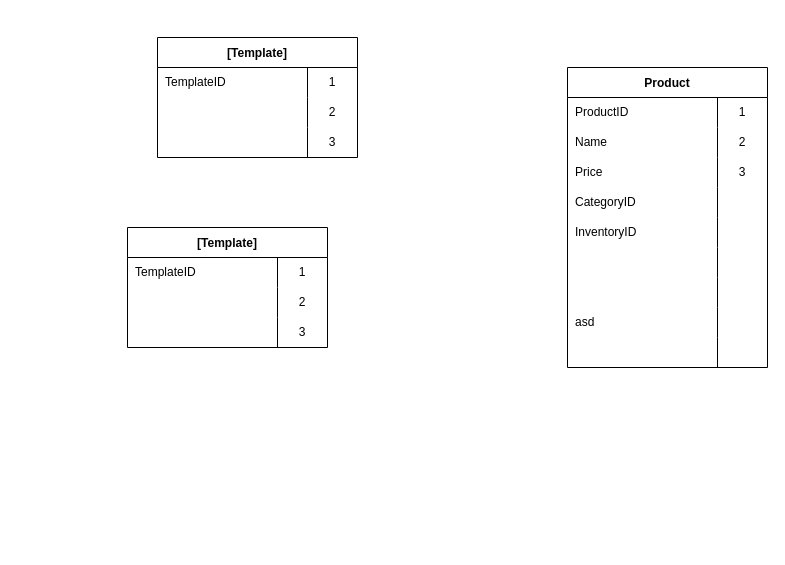
The draw.io diagram Database-Flowchart/Untitled Diagram.drawio in IvanVelychko/Database-Coderclass-Webwinkel, before the edit. Source tidied: cells renumbered, new cells numbered last; positions are measured from the earlier drawing's top-left corner, leaving out a move shared by most shapes. Both pictures are drawn from the tidied source at 100%, with x=0, y=0 at pixel (127, 37).
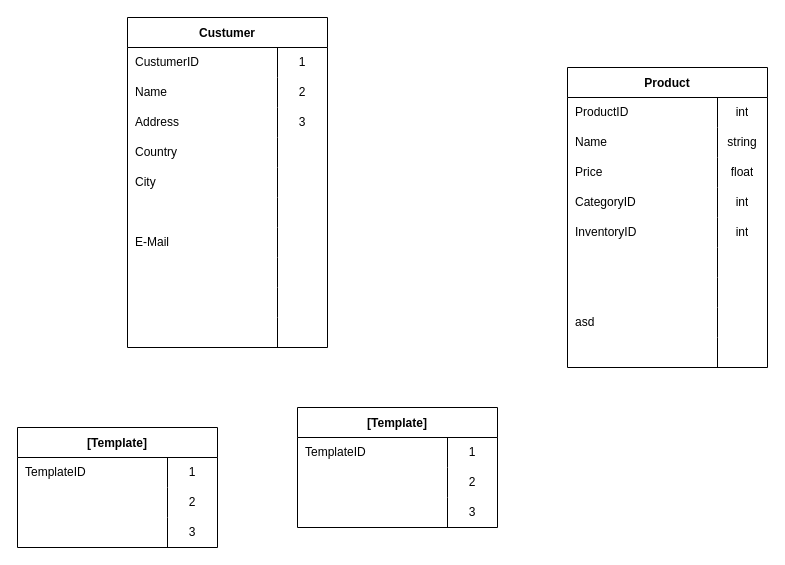
The same diagram, later.

Unchanged cells that the change refers to:
```xml
<mxCell id="3" style="shape=tableRow;horizontal=0;startSize=0;swimlaneHead=0;swimlaneBody=0;top=0;left=0;bottom=0;right=0;fillColor=none;" parent="2" vertex="1">
  <mxGeometry y="30" width="200" height="30" as="geometry" />
</mxCell>
<mxCell id="6" style="shape=tableRow;horizontal=0;startSize=0;swimlaneHead=0;swimlaneBody=0;top=0;left=0;bottom=0;right=0;fillColor=none;" parent="2" vertex="1">
  <mxGeometry y="60" width="200" height="30" as="geometry" />
</mxCell>
<mxCell id="9" style="shape=tableRow;horizontal=0;startSize=0;swimlaneHead=0;swimlaneBody=0;top=0;left=0;bottom=0;right=0;fillColor=none;" parent="2" vertex="1">
  <mxGeometry y="90" width="200" height="30" as="geometry" />
</mxCell>
<mxCell id="12" style="shape=tableRow;horizontal=0;startSize=0;swimlaneHead=0;swimlaneBody=0;top=0;left=0;bottom=0;right=0;fillColor=none;" parent="2" vertex="1">
  <mxGeometry y="120" width="200" height="30" as="geometry" />
</mxCell>
<mxCell id="15" style="shape=tableRow;horizontal=0;startSize=0;swimlaneHead=0;swimlaneBody=0;top=0;left=0;bottom=0;right=0;fillColor=none;" parent="2" vertex="1">
  <mxGeometry y="150" width="200" height="30" as="geometry" />
</mxCell>
<mxCell id="41" style="shape=tableRow;horizontal=0;startSize=0;swimlaneHead=0;swimlaneBody=0;top=0;left=0;bottom=0;right=0;fillColor=none;" parent="40" vertex="1">
  <mxGeometry y="30" width="200" height="30" as="geometry" />
</mxCell>
<mxCell id="44" style="shape=tableRow;horizontal=0;startSize=0;swimlaneHead=0;swimlaneBody=0;top=0;left=0;bottom=0;right=0;fillColor=none;" parent="40" vertex="1">
  <mxGeometry y="60" width="200" height="30" as="geometry" />
</mxCell>
<mxCell id="47" style="shape=tableRow;horizontal=0;startSize=0;swimlaneHead=0;swimlaneBody=0;top=0;left=0;bottom=0;right=0;fillColor=none;" parent="40" vertex="1">
  <mxGeometry y="90" width="200" height="30" as="geometry" />
</mxCell>
```

Diff of the diagram source:
```diff
@@
-    <mxCell id="5" value="1" style="shape=partialRectangle;html=1;whiteSpace=wrap;fillColor=none;top=0;left=0;bottom=0;right=0;overflow=hidden;" parent="3" vertex="1">
+    <mxCell id="5" value="int" style="shape=partialRectangle;html=1;whiteSpace=wrap;fillColor=none;top=0;left=0;bottom=0;right=0;overflow=hidden;" parent="3" vertex="1">
       <mxGeometry x="150" width="50" height="30" as="geometry" />
     </mxCell>
@@
-    <mxCell id="8" value="2" style="shape=partialRectangle;html=1;whiteSpace=wrap;fillColor=none;top=0;left=0;bottom=0;right=0;overflow=hidden;" parent="6" vertex="1">
+    <mxCell id="8" value="string" style="shape=partialRectangle;html=1;whiteSpace=wrap;fillColor=none;top=0;left=0;bottom=0;right=0;overflow=hidden;" parent="6" vertex="1">
       <mxGeometry x="150" width="50" height="30" as="geometry" />
     </mxCell>
@@
-    <mxCell id="11" value="3" style="shape=partialRectangle;html=1;whiteSpace=wrap;fillColor=none;top=0;left=0;bottom=0;right=0;overflow=hidden;" parent="9" vertex="1">
+    <mxCell id="11" value="float" style="shape=partialRectangle;html=1;whiteSpace=wrap;fillColor=none;top=0;left=0;bottom=0;right=0;overflow=hidden;" parent="9" vertex="1">
       <mxGeometry x="150" width="50" height="30" as="geometry" />
     </mxCell>
@@
-    <mxCell id="14" style="shape=partialRectangle;html=1;whiteSpace=wrap;fillColor=none;top=0;left=0;bottom=0;right=0;overflow=hidden;" parent="12" vertex="1">
+    <mxCell id="14" value="int" style="shape=partialRectangle;html=1;whiteSpace=wrap;fillColor=none;top=0;left=0;bottom=0;right=0;overflow=hidden;" parent="12" vertex="1">
       <mxGeometry x="150" width="50" height="30" as="geometry" />
     </mxCell>
@@
-    <mxCell id="17" style="shape=partialRectangle;html=1;whiteSpace=wrap;fillColor=none;top=0;left=0;bottom=0;right=0;overflow=hidden;" parent="15" vertex="1">
+    <mxCell id="17" value="int" style="shape=partialRectangle;html=1;whiteSpace=wrap;fillColor=none;top=0;left=0;bottom=0;right=0;overflow=hidden;" parent="15" vertex="1">
       <mxGeometry x="150" width="50" height="30" as="geometry" />
     </mxCell>
@@
     <mxCell id="30" value="[Template]" style="shape=table;startSize=30;childLayout=tableLayout;rowLines=0;fontStyle=1;swimlaneLine=1;columnLines=1;flipH=0;direction=east ;right=1;rounded=0;" parent="1" vertex="1">
-      <mxGeometry y="190" width="200" height="120" as="geometry" />
+      <mxGeometry x="-110" y="390" width="200" height="120" as="geometry" />
     </mxCell>
@@
-    <mxCell id="40" value="[Template]" style="shape=table;startSize=30;childLayout=tableLayout;rowLines=0;fontStyle=1;swimlaneLine=1;columnLines=1;flipH=0;direction=east ;right=1;rounded=0;" parent="1" vertex="1">
-      <mxGeometry x="30" width="200" height="120" as="geometry" />
+    <mxCell id="40" value="Custumer" style="shape=table;startSize=30;childLayout=tableLayout;rowLines=0;fontStyle=1;swimlaneLine=1;columnLines=1;flipH=0;direction=east ;right=1;rounded=0;" parent="1" vertex="1">
+      <mxGeometry y="-20" width="200" height="330" as="geometry" />
     </mxCell>
@@
-    <mxCell id="42" value="TemplateID" style="shape=partialRectangle;html=1;whiteSpace=wrap;fillColor=none;top=0;left=0;bottom=0;right=0;overflow=hidden;align=left;spacingLeft=6;" parent="41" vertex="1">
+    <mxCell id="42" value="CustumerID" style="shape=partialRectangle;html=1;whiteSpace=wrap;fillColor=none;top=0;left=0;bottom=0;right=0;overflow=hidden;align=left;spacingLeft=6;" parent="41" vertex="1">
       <mxGeometry width="150" height="30" as="geometry" />
     </mxCell>
@@
-    <mxCell id="45" style="shape=partialRectangle;html=1;whiteSpace=wrap;fillColor=none;top=0;left=0;bottom=0;right=0;overflow=hidden;align=left;spacingLeft=6;" parent="44" vertex="1">
+    <mxCell id="45" value="Name" style="shape=partialRectangle;html=1;whiteSpace=wrap;fillColor=none;top=0;left=0;bottom=0;right=0;overflow=hidden;align=left;spacingLeft=6;" parent="44" vertex="1">
       <mxGeometry width="150" height="30" as="geometry" />
     </mxCell>
@@
-    <mxCell id="48" style="shape=partialRectangle;html=1;whiteSpace=wrap;fillColor=none;top=0;left=0;bottom=0;right=0;overflow=hidden;align=left;spacingLeft=6;" parent="47" vertex="1">
+    <mxCell id="48" value="Address" style="shape=partialRectangle;html=1;whiteSpace=wrap;fillColor=none;top=0;left=0;bottom=0;right=0;overflow=hidden;align=left;spacingLeft=6;" parent="47" vertex="1">
       <mxGeometry width="150" height="30" as="geometry" />
     </mxCell>
@@
+    <mxCell id="50" style="shape=tableRow;horizontal=0;startSize=0;swimlaneHead=0;swimlaneBody=0;top=0;left=0;bottom=0;right=0;fillColor=none;" parent="40" vertex="1">
+      <mxGeometry y="120" width="200" height="30" as="geometry" />
+    </mxCell>
+    <mxCell id="51" value="Country" style="shape=partialRectangle;html=1;whiteSpace=wrap;fillColor=none;top=0;left=0;bottom=0;right=0;overflow=hidden;align=left;spacingLeft=6;" parent="50" vertex="1">
+      <mxGeometry width="150" height="30" as="geometry" />
+    </mxCell>
+    <mxCell id="52" style="shape=partialRectangle;html=1;whiteSpace=wrap;fillColor=none;top=0;left=0;bottom=0;right=0;overflow=hidden;" parent="50" vertex="1">
+      <mxGeometry x="150" width="50" height="30" as="geometry" />
+    </mxCell>
+    <mxCell id="53" style="shape=tableRow;horizontal=0;startSize=0;swimlaneHead=0;swimlaneBody=0;top=0;left=0;bottom=0;right=0;fillColor=none;" parent="40" vertex="1">
+      <mxGeometry y="150" width="200" height="30" as="geometry" />
+    </mxCell>
+    <mxCell id="54" value="City" style="shape=partialRectangle;html=1;whiteSpace=wrap;fillColor=none;top=0;left=0;bottom=0;right=0;overflow=hidden;align=left;spacingLeft=6;" parent="53" vertex="1">
+      <mxGeometry width="150" height="30" as="geometry" />
+    </mxCell>
+    <mxCell id="55" style="shape=partialRectangle;html=1;whiteSpace=wrap;fillColor=none;top=0;left=0;bottom=0;right=0;overflow=hidden;" parent="53" vertex="1">
+      <mxGeometry x="150" width="50" height="30" as="geometry" />
+    </mxCell>
+    <mxCell id="56" style="shape=tableRow;horizontal=0;startSize=0;swimlaneHead=0;swimlaneBody=0;top=0;left=0;bottom=0;right=0;fillColor=none;" parent="40" vertex="1">
+      <mxGeometry y="180" width="200" height="30" as="geometry" />
+    </mxCell>
+    <mxCell id="57" style="shape=partialRectangle;html=1;whiteSpace=wrap;fillColor=none;top=0;left=0;bottom=0;right=0;overflow=hidden;align=left;spacingLeft=6;" parent="56" vertex="1">
+      <mxGeometry width="150" height="30" as="geometry" />
+    </mxCell>
+    <mxCell id="58" style="shape=partialRectangle;html=1;whiteSpace=wrap;fillColor=none;top=0;left=0;bottom=0;right=0;overflow=hidden;" parent="56" vertex="1">
+      <mxGeometry x="150" width="50" height="30" as="geometry" />
+    </mxCell>
+    <mxCell id="59" style="shape=tableRow;horizontal=0;startSize=0;swimlaneHead=0;swimlaneBody=0;top=0;left=0;bottom=0;right=0;fillColor=none;" parent="40" vertex="1">
+      <mxGeometry y="210" width="200" height="30" as="geometry" />
+    </mxCell>
+    <mxCell id="60" value="E-Mail" style="shape=partialRectangle;html=1;whiteSpace=wrap;fillColor=none;top=0;left=0;bottom=0;right=0;overflow=hidden;align=left;spacingLeft=6;" parent="59" vertex="1">
+      <mxGeometry width="150" height="30" as="geometry" />
+    </mxCell>
+    <mxCell id="61" style="shape=partialRectangle;html=1;whiteSpace=wrap;fillColor=none;top=0;left=0;bottom=0;right=0;overflow=hidden;" parent="59" vertex="1">
+      <mxGeometry x="150" width="50" height="30" as="geometry" />
+    </mxCell>
+    <mxCell id="62" style="shape=tableRow;horizontal=0;startSize=0;swimlaneHead=0;swimlaneBody=0;top=0;left=0;bottom=0;right=0;fillColor=none;" parent="40" vertex="1">
+      <mxGeometry y="240" width="200" height="30" as="geometry" />
+    </mxCell>
+    <mxCell id="63" style="shape=partialRectangle;html=1;whiteSpace=wrap;fillColor=none;top=0;left=0;bottom=0;right=0;overflow=hidden;align=left;spacingLeft=6;" parent="62" vertex="1">
+      <mxGeometry width="150" height="30" as="geometry" />
+    </mxCell>
+    <mxCell id="64" style="shape=partialRectangle;html=1;whiteSpace=wrap;fillColor=none;top=0;left=0;bottom=0;right=0;overflow=hidden;" parent="62" vertex="1">
+      <mxGeometry x="150" width="50" height="30" as="geometry" />
+    </mxCell>
+    <mxCell id="65" style="shape=tableRow;horizontal=0;startSize=0;swimlaneHead=0;swimlaneBody=0;top=0;left=0;bottom=0;right=0;fillColor=none;" parent="40" vertex="1">
+      <mxGeometry y="270" width="200" height="30" as="geometry" />
+    </mxCell>
+    <mxCell id="66" style="shape=partialRectangle;html=1;whiteSpace=wrap;fillColor=none;top=0;left=0;bottom=0;right=0;overflow=hidden;align=left;spacingLeft=6;" parent="65" vertex="1">
+      <mxGeometry width="150" height="30" as="geometry" />
+    </mxCell>
+    <mxCell id="67" style="shape=partialRectangle;html=1;whiteSpace=wrap;fillColor=none;top=0;left=0;bottom=0;right=0;overflow=hidden;" parent="65" vertex="1">
+      <mxGeometry x="150" width="50" height="30" as="geometry" />
+    </mxCell>
+    <mxCell id="68" style="shape=tableRow;horizontal=0;startSize=0;swimlaneHead=0;swimlaneBody=0;top=0;left=0;bottom=0;right=0;fillColor=none;" parent="40" vertex="1">
+      <mxGeometry y="300" width="200" height="30" as="geometry" />
+    </mxCell>
+    <mxCell id="69" style="shape=partialRectangle;html=1;whiteSpace=wrap;fillColor=none;top=0;left=0;bottom=0;right=0;overflow=hidden;align=left;spacingLeft=6;" parent="68" vertex="1">
+      <mxGeometry width="150" height="30" as="geometry" />
+    </mxCell>
+    <mxCell id="70" style="shape=partialRectangle;html=1;whiteSpace=wrap;fillColor=none;top=0;left=0;bottom=0;right=0;overflow=hidden;" parent="68" vertex="1">
+      <mxGeometry x="150" width="50" height="30" as="geometry" />
+    </mxCell>
+    <mxCell id="71" value="[Template]" style="shape=table;startSize=30;childLayout=tableLayout;rowLines=0;fontStyle=1;swimlaneLine=1;columnLines=1;flipH=0;direction=east ;right=1;rounded=0;" parent="1" vertex="1">
+      <mxGeometry x="170" y="370" width="200" height="120" as="geometry" />
+    </mxCell>
+    <mxCell id="72" style="shape=tableRow;horizontal=0;startSize=0;swimlaneHead=0;swimlaneBody=0;top=0;left=0;bottom=0;right=0;fillColor=none;" parent="71" vertex="1">
+      <mxGeometry y="30" width="200" height="30" as="geometry" />
+    </mxCell>
+    <mxCell id="73" value="TemplateID" style="shape=partialRectangle;html=1;whiteSpace=wrap;fillColor=none;top=0;left=0;bottom=0;right=0;overflow=hidden;align=left;spacingLeft=6;" parent="72" vertex="1">
+      <mxGeometry width="150" height="30" as="geometry" />
+    </mxCell>
+    <mxCell id="74" value="1" style="shape=partialRectangle;html=1;whiteSpace=wrap;fillColor=none;top=0;left=0;bottom=0;right=0;overflow=hidden;" parent="72" vertex="1">
+      <mxGeometry x="150" width="50" height="30" as="geometry" />
+    </mxCell>
+    <mxCell id="75" style="shape=tableRow;horizontal=0;startSize=0;swimlaneHead=0;swimlaneBody=0;top=0;left=0;bottom=0;right=0;fillColor=none;" parent="71" vertex="1">
+      <mxGeometry y="60" width="200" height="30" as="geometry" />
+    </mxCell>
+    <mxCell id="76" style="shape=partialRectangle;html=1;whiteSpace=wrap;fillColor=none;top=0;left=0;bottom=0;right=0;overflow=hidden;align=left;spacingLeft=6;" parent="75" vertex="1">
+      <mxGeometry width="150" height="30" as="geometry" />
+    </mxCell>
+    <mxCell id="77" value="2" style="shape=partialRectangle;html=1;whiteSpace=wrap;fillColor=none;top=0;left=0;bottom=0;right=0;overflow=hidden;" parent="75" vertex="1">
+      <mxGeometry x="150" width="50" height="30" as="geometry" />
+    </mxCell>
+    <mxCell id="78" style="shape=tableRow;horizontal=0;startSize=0;swimlaneHead=0;swimlaneBody=0;top=0;left=0;bottom=0;right=0;fillColor=none;" parent="71" vertex="1">
+      <mxGeometry y="90" width="200" height="30" as="geometry" />
+    </mxCell>
+    <mxCell id="79" style="shape=partialRectangle;html=1;whiteSpace=wrap;fillColor=none;top=0;left=0;bottom=0;right=0;overflow=hidden;align=left;spacingLeft=6;" parent="78" vertex="1">
+      <mxGeometry width="150" height="30" as="geometry" />
+    </mxCell>
+    <mxCell id="80" value="3" style="shape=partialRectangle;html=1;whiteSpace=wrap;fillColor=none;top=0;left=0;bottom=0;right=0;overflow=hidden;" parent="78" vertex="1">
+      <mxGeometry x="150" width="50" height="30" as="geometry" />
+    </mxCell>
```
